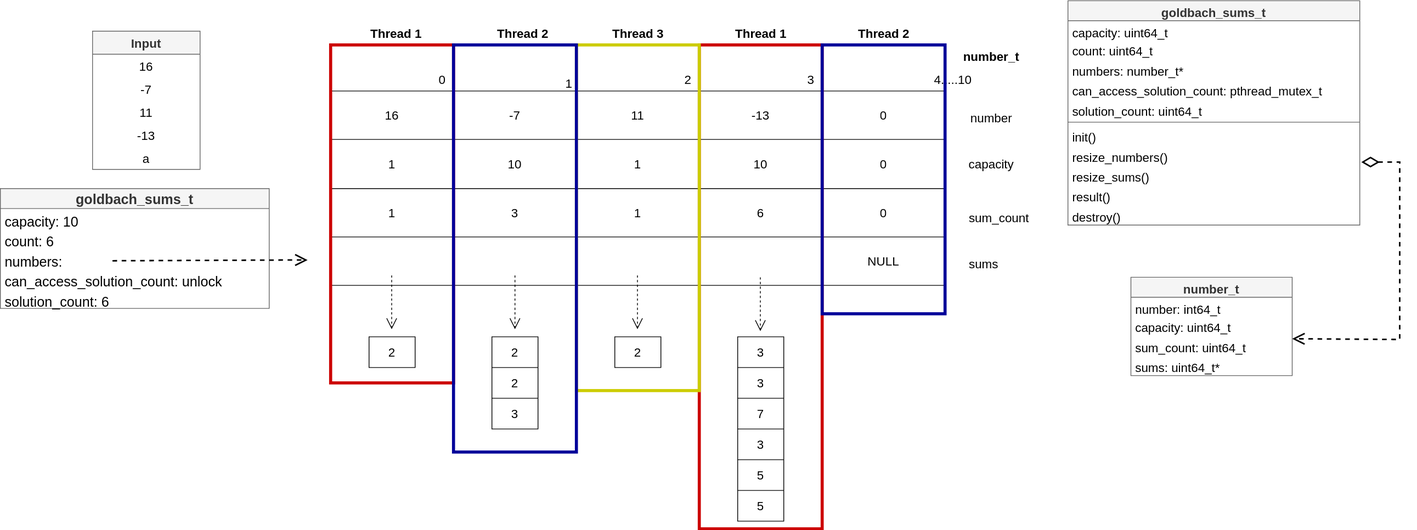
daperez03/CI-0117-Parallel-Workshops keeps this draw.io diagram as homeworks/goldbach_optimization/design/SVG/EstructuraDeDatos.drawio.svg. Above is the earlier version. Source tidied: cells renumbered, new cells last; positions are measured from the earlier drawing's top-left corner, leaving out a move shared by most shapes.
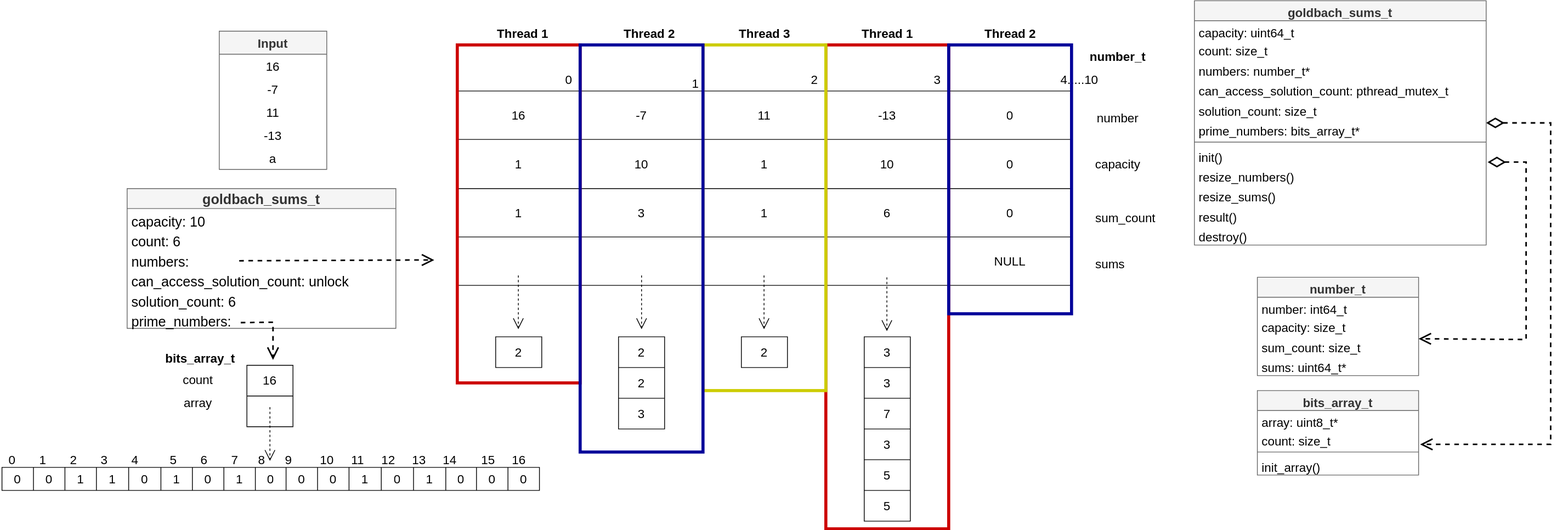
The same diagram one commit later.

Commit message:
Adaptacion del diagrama a modificaciones de la optimizacion

Diff of the diagram source:
```diff
@@ -100,4 +100,13 @@
     </mxCell>
+    <mxCell id="108" style="edgeStyle=orthogonalEdgeStyle;rounded=0;jettySize=auto;html=1;dashed=1;strokeWidth=2;endArrow=open;endFill=0;exitX=1;exitY=0.192;exitDx=0;exitDy=0;exitPerimeter=0;startArrow=diamondThin;startFill=0;endSize=12;startSize=18;" parent="1" edge="1" source="109">
+      <mxGeometry relative="1" as="geometry">
+        <mxPoint x="1684" y="578" as="targetPoint" />
+        <Array as="points">
+          <mxPoint x="1854" y="160" />
+          <mxPoint x="1854" y="578" />
+        </Array>
+      </mxGeometry>
+    </mxCell>
     <mxCell id="34" value="goldbach_sums_t" style="swimlane;fontStyle=1;align=center;verticalAlign=top;horizontal=1;startSize=26;fontSize=16;fillColor=#f5f5f5;fontColor=#333333;strokeColor=#666666;" parent="1" vertex="1">
-      <mxGeometry x="1390" y="0.5" width="380" height="292" as="geometry" />
+      <mxGeometry x="1390" y="0.5" width="380" height="318" as="geometry" />
     </mxCell>
@@ -106,3 +115,3 @@
     </mxCell>
-    <mxCell id="36" value="count: uint64_t" style="text;strokeColor=none;fillColor=none;align=left;verticalAlign=top;spacingLeft=4;spacingRight=4;overflow=hidden;fontSize=16;" parent="34" vertex="1">
+    <mxCell id="36" value="count: size_t" style="text;strokeColor=none;fillColor=none;align=left;verticalAlign=top;spacingLeft=4;spacingRight=4;overflow=hidden;fontSize=16;" parent="34" vertex="1">
       <mxGeometry y="50" width="380" height="26" as="geometry" />
@@ -115,22 +124,25 @@
     </mxCell>
-    <mxCell id="39" value="solution_count: uint64_t " style="text;strokeColor=none;fillColor=none;align=left;verticalAlign=top;spacingLeft=4;spacingRight=4;overflow=hidden;fontSize=16;fontStyle=0;" parent="34" vertex="1">
+    <mxCell id="39" value="solution_count: size_t " style="text;strokeColor=none;fillColor=none;align=left;verticalAlign=top;spacingLeft=4;spacingRight=4;overflow=hidden;fontSize=16;fontStyle=0;" parent="34" vertex="1">
       <mxGeometry y="128" width="380" height="26" as="geometry" />
     </mxCell>
+    <mxCell id="109" value="prime_numbers: bits_array_t*" style="text;strokeColor=none;fillColor=none;align=left;verticalAlign=top;spacingLeft=4;spacingRight=4;overflow=hidden;points=[[0,0.5],[1,0.5]];portConstraint=eastwest;fontSize=16;fontStyle=0;" parent="34" vertex="1">
+      <mxGeometry y="154" width="380" height="26" as="geometry" />
+    </mxCell>
     <mxCell id="40" style="line;strokeWidth=1;fillColor=none;align=left;verticalAlign=middle;spacingTop=-1;spacingLeft=3;spacingRight=3;labelPosition=right;strokeColor=inherit;fontSize=16;" parent="34" vertex="1">
-      <mxGeometry y="154" width="380" height="8" as="geometry" />
+      <mxGeometry y="180" width="380" height="8" as="geometry" />
     </mxCell>
     <mxCell id="41" value="init()" style="text;strokeColor=none;fillColor=none;align=left;verticalAlign=top;spacingLeft=4;spacingRight=4;overflow=hidden;fontSize=16;" parent="34" vertex="1">
-      <mxGeometry y="162" width="380" height="26" as="geometry" />
+      <mxGeometry y="188" width="380" height="26" as="geometry" />
     </mxCell>
     <mxCell id="42" value="resize_numbers()" style="text;strokeColor=none;fillColor=none;align=left;verticalAlign=top;spacingLeft=4;spacingRight=4;overflow=hidden;fontSize=16;fontColor=#000000;" parent="34" vertex="1">
-      <mxGeometry y="188" width="380" height="26" as="geometry" />
+      <mxGeometry y="214" width="380" height="26" as="geometry" />
     </mxCell>
     <mxCell id="43" value="resize_sums()" style="text;strokeColor=none;fillColor=none;align=left;verticalAlign=top;spacingLeft=4;spacingRight=4;overflow=hidden;fontSize=16;fontColor=#000000;" parent="34" vertex="1">
-      <mxGeometry y="214" width="380" height="26" as="geometry" />
+      <mxGeometry y="240" width="380" height="26" as="geometry" />
     </mxCell>
     <mxCell id="44" value="result()" style="text;strokeColor=none;fillColor=none;align=left;verticalAlign=top;spacingLeft=4;spacingRight=4;overflow=hidden;fontSize=16;" parent="34" vertex="1">
-      <mxGeometry y="240" width="380" height="26" as="geometry" />
+      <mxGeometry y="266" width="380" height="26" as="geometry" />
     </mxCell>
     <mxCell id="45" value="destroy()" style="text;strokeColor=none;fillColor=none;align=left;verticalAlign=top;spacingLeft=4;spacingRight=4;overflow=hidden;fontSize=16;" parent="34" vertex="1">
-      <mxGeometry y="266" width="380" height="26" as="geometry" />
+      <mxGeometry y="292" width="380" height="26" as="geometry" />
     </mxCell>
@@ -218,3 +230,3 @@
     <mxCell id="71" value="goldbach_sums_t" style="swimlane;fontStyle=1;horizontal=1;startSize=26;fillColor=#f5f5f5;fontSize=18;fontColor=#333333;strokeColor=#666666;" parent="1" vertex="1">
-      <mxGeometry y="245" width="350" height="156" as="geometry" />
+      <mxGeometry y="245" width="350" height="182" as="geometry" />
     </mxCell>
@@ -235,2 +247,14 @@
     </mxCell>
+    <mxCell id="110" value="prime_numbers:" style="text;strokeColor=none;fillColor=none;align=left;verticalAlign=top;spacingLeft=4;spacingRight=4;overflow=hidden;fontSize=18;" parent="71" vertex="1">
+      <mxGeometry y="156" width="350" height="26" as="geometry" />
+    </mxCell>
+    <mxCell id="111" style="endArrow=open;endFill=1;endSize=12;html=1;rounded=0;fontSize=16;dashed=1;exitX=0.417;exitY=0.615;exitDx=0;exitDy=0;exitPerimeter=0;strokeWidth=2;" parent="71" edge="1">
+      <mxGeometry relative="1" as="geometry">
+        <mxPoint x="148" y="174.5" as="sourcePoint" />
+        <mxPoint x="190" y="223" as="targetPoint" />
+        <Array as="points">
+          <mxPoint x="190" y="174" />
+        </Array>
+      </mxGeometry>
+    </mxCell>
     <mxCell id="77" style="endArrow=open;endFill=1;endSize=12;html=1;rounded=0;fontSize=16;dashed=1;exitX=0.417;exitY=0.615;exitDx=0;exitDy=0;exitPerimeter=0;strokeWidth=2;" parent="1" edge="1" source="74">
@@ -252,6 +276,6 @@
     </mxCell>
-    <mxCell id="81" value="capacity: uint64_t" style="text;strokeColor=none;fillColor=none;align=left;verticalAlign=top;spacingLeft=4;spacingRight=4;overflow=hidden;fontSize=16;" parent="79" vertex="1">
+    <mxCell id="81" value="capacity: size_t" style="text;strokeColor=none;fillColor=none;align=left;verticalAlign=top;spacingLeft=4;spacingRight=4;overflow=hidden;fontSize=16;" parent="79" vertex="1">
       <mxGeometry y="50" width="210" height="26" as="geometry" />
     </mxCell>
-    <mxCell id="82" value="sum_count: uint64_t" style="text;strokeColor=none;fillColor=none;align=left;verticalAlign=top;spacingLeft=4;spacingRight=4;overflow=hidden;points=[[0,0.5],[1,0.5]];portConstraint=eastwest;fontSize=16;fontStyle=0;" parent="79" vertex="1">
+    <mxCell id="82" value="sum_count: size_t" style="text;strokeColor=none;fillColor=none;align=left;verticalAlign=top;spacingLeft=4;spacingRight=4;overflow=hidden;points=[[0,0.5],[1,0.5]];portConstraint=eastwest;fontSize=16;fontStyle=0;" parent="79" vertex="1">
       <mxGeometry y="76" width="210" height="26" as="geometry" />
@@ -345,2 +369,155 @@
     </mxCell>
+    <mxCell id="112" value="bits_array_t" style="swimlane;fontStyle=1;align=center;verticalAlign=top;horizontal=1;startSize=26;fontSize=16;fillColor=#f5f5f5;fontColor=#333333;strokeColor=#666666;" parent="1" vertex="1">
+      <mxGeometry x="1472" y="508" width="210" height="110" as="geometry" />
+    </mxCell>
+    <mxCell id="113" value="array: uint8_t*" style="text;strokeColor=none;fillColor=none;align=left;verticalAlign=top;spacingLeft=4;spacingRight=4;overflow=hidden;fontSize=16;" parent="112" vertex="1">
+      <mxGeometry y="26" width="210" height="24" as="geometry" />
+    </mxCell>
+    <mxCell id="114" value="count: size_t" style="text;strokeColor=none;fillColor=none;align=left;verticalAlign=top;spacingLeft=4;spacingRight=4;overflow=hidden;fontSize=16;" parent="112" vertex="1">
+      <mxGeometry y="50" width="210" height="26" as="geometry" />
+    </mxCell>
+    <mxCell id="115" style="line;strokeWidth=1;fillColor=none;align=left;verticalAlign=middle;spacingTop=-1;spacingLeft=3;spacingRight=3;labelPosition=right;strokeColor=inherit;fontSize=16;" parent="112" vertex="1">
+      <mxGeometry y="76" width="210" height="8" as="geometry" />
+    </mxCell>
+    <mxCell id="116" value="init_array()" style="text;strokeColor=none;fillColor=none;align=left;verticalAlign=top;spacingLeft=4;spacingRight=4;overflow=hidden;fontSize=16;" parent="112" vertex="1">
+      <mxGeometry y="84" width="210" height="26" as="geometry" />
+    </mxCell>
+    <mxCell id="117" style="shape=table;html=1;whiteSpace=wrap;startSize=0;" parent="1" vertex="1">
+      <mxGeometry x="156" y="475" width="60" height="80" as="geometry" />
+    </mxCell>
+    <mxCell id="118" style="shape=tableRow;horizontal=0;startSize=0;swimlaneHead=0;swimlaneBody=0;top=0;left=0;bottom=0;right=0;fillColor=none;" parent="117" vertex="1">
+      <mxGeometry width="60" height="40" as="geometry" />
+    </mxCell>
+    <mxCell id="119" value="&lt;font style=&quot;font-size: 16px;&quot;&gt;16&lt;/font&gt;" style="shape=partialRectangle;html=1;whiteSpace=wrap;fillColor=none;top=0;left=0;bottom=0;right=0;overflow=hidden;" parent="118" vertex="1">
+      <mxGeometry width="60" height="40" as="geometry" />
+    </mxCell>
+    <mxCell id="120" style="shape=tableRow;horizontal=0;startSize=0;swimlaneHead=0;swimlaneBody=0;top=0;left=0;bottom=0;right=0;fillColor=none;" parent="117" vertex="1">
+      <mxGeometry y="40" width="60" height="40" as="geometry" />
+    </mxCell>
+    <mxCell id="121" style="shape=partialRectangle;html=1;whiteSpace=wrap;fillColor=none;top=0;left=0;bottom=0;right=0;overflow=hidden;" parent="120" vertex="1">
+      <mxGeometry width="60" height="40" as="geometry" />
+    </mxCell>
+    <mxCell id="122" value="bits_array_t" style="text;html=1;align=center;verticalAlign=middle;strokeColor=none;fillColor=none;fontSize=16;fontStyle=1;" parent="1" vertex="1">
+      <mxGeometry x="40" y="451" width="110" height="30" as="geometry" />
+    </mxCell>
+    <mxCell id="123" value="count" style="text;html=1;align=center;verticalAlign=middle;strokeColor=none;fillColor=none;fontSize=16;fontStyle=0;" parent="1" vertex="1">
+      <mxGeometry x="62" y="479" width="60" height="30" as="geometry" />
+    </mxCell>
+    <mxCell id="124" value="array" style="text;html=1;align=center;verticalAlign=middle;strokeColor=none;fillColor=none;fontSize=16;fontStyle=0;" parent="1" vertex="1">
+      <mxGeometry x="62" y="509" width="60" height="30" as="geometry" />
+    </mxCell>
+    <mxCell id="125" style="endArrow=open;endFill=1;endSize=12;html=1;rounded=0;fontSize=16;dashed=1;" parent="1" edge="1">
+      <mxGeometry relative="1" as="geometry">
+        <mxPoint x="186" y="529.5" as="sourcePoint" />
+        <mxPoint x="186" y="599.5" as="targetPoint" />
+      </mxGeometry>
+    </mxCell>
+    <mxCell id="126" style="shape=table;html=1;whiteSpace=wrap;startSize=0;fontSize=16;" parent="1" vertex="1">
+      <mxGeometry x="-163" y="608" width="700" height="30" as="geometry" />
+    </mxCell>
+    <mxCell id="127" style="shape=tableRow;horizontal=0;startSize=0;swimlaneHead=0;swimlaneBody=0;top=0;left=0;bottom=0;right=0;fillColor=none;" parent="126" vertex="1">
+      <mxGeometry width="700" height="30" as="geometry" />
+    </mxCell>
+    <mxCell id="128" value="0" style="shape=partialRectangle;html=1;whiteSpace=wrap;fillColor=none;top=0;left=0;bottom=0;right=0;overflow=hidden;fontSize=16;" parent="127" vertex="1">
+      <mxGeometry width="41" height="30" as="geometry" />
+    </mxCell>
+    <mxCell id="129" value="0" style="shape=partialRectangle;html=1;whiteSpace=wrap;fillColor=none;top=0;left=0;bottom=0;right=0;overflow=hidden;fontSize=16;" parent="127" vertex="1">
+      <mxGeometry x="41" width="41" height="30" as="geometry" />
+    </mxCell>
+    <mxCell id="130" value="1" style="shape=partialRectangle;html=1;whiteSpace=wrap;fillColor=none;top=0;left=0;bottom=0;right=0;overflow=hidden;fontSize=16;" parent="127" vertex="1">
+      <mxGeometry x="82" width="41" height="30" as="geometry" />
+    </mxCell>
+    <mxCell id="131" value="1" style="shape=partialRectangle;html=1;whiteSpace=wrap;fillColor=none;top=0;left=0;bottom=0;right=0;overflow=hidden;fontSize=16;" parent="127" vertex="1">
+      <mxGeometry x="123" width="42" height="30" as="geometry" />
+    </mxCell>
+    <mxCell id="132" value="0" style="shape=partialRectangle;html=1;whiteSpace=wrap;fillColor=none;top=0;left=0;bottom=0;right=0;overflow=hidden;fontSize=16;" parent="127" vertex="1">
+      <mxGeometry x="165" width="42" height="30" as="geometry" />
+    </mxCell>
+    <mxCell id="133" value="1" style="shape=partialRectangle;html=1;whiteSpace=wrap;fillColor=none;top=0;left=0;bottom=0;right=0;overflow=hidden;fontSize=16;" parent="127" vertex="1">
+      <mxGeometry x="207" width="41" height="30" as="geometry" />
+    </mxCell>
+    <mxCell id="134" value="0" style="shape=partialRectangle;html=1;whiteSpace=wrap;fillColor=none;top=0;left=0;bottom=0;right=0;overflow=hidden;fontSize=16;" parent="127" vertex="1">
+      <mxGeometry x="248" width="41" height="30" as="geometry" />
+    </mxCell>
+    <mxCell id="135" value="1" style="shape=partialRectangle;html=1;whiteSpace=wrap;fillColor=none;top=0;left=0;bottom=0;right=0;overflow=hidden;fontSize=16;" parent="127" vertex="1">
+      <mxGeometry x="289" width="41" height="30" as="geometry" />
+    </mxCell>
+    <mxCell id="136" value="0" style="shape=partialRectangle;html=1;whiteSpace=wrap;fillColor=none;top=0;left=0;bottom=0;right=0;overflow=hidden;fontSize=16;" parent="127" vertex="1">
+      <mxGeometry x="330" width="40" height="30" as="geometry" />
+    </mxCell>
+    <mxCell id="137" value="0" style="shape=partialRectangle;html=1;whiteSpace=wrap;fillColor=none;top=0;left=0;bottom=0;right=0;overflow=hidden;fontSize=16;" parent="127" vertex="1">
+      <mxGeometry x="370" width="41" height="30" as="geometry" />
+    </mxCell>
+    <mxCell id="138" value="0" style="shape=partialRectangle;html=1;whiteSpace=wrap;fillColor=none;top=0;left=0;bottom=0;right=0;overflow=hidden;fontSize=16;" parent="127" vertex="1">
+      <mxGeometry x="411" width="41" height="30" as="geometry" />
+    </mxCell>
+    <mxCell id="139" value="1" style="shape=partialRectangle;html=1;whiteSpace=wrap;fillColor=none;top=0;left=0;bottom=0;right=0;overflow=hidden;fontSize=16;" parent="127" vertex="1">
+      <mxGeometry x="452" width="42" height="30" as="geometry" />
+    </mxCell>
+    <mxCell id="140" value="0" style="shape=partialRectangle;html=1;whiteSpace=wrap;fillColor=none;top=0;left=0;bottom=0;right=0;overflow=hidden;fontSize=16;" parent="127" vertex="1">
+      <mxGeometry x="494" width="42" height="30" as="geometry" />
+    </mxCell>
+    <mxCell id="141" value="1" style="shape=partialRectangle;html=1;whiteSpace=wrap;fillColor=none;top=0;left=0;bottom=0;right=0;overflow=hidden;fontSize=16;" parent="127" vertex="1">
+      <mxGeometry x="536" width="42" height="30" as="geometry" />
+    </mxCell>
+    <mxCell id="142" value="0" style="shape=partialRectangle;html=1;whiteSpace=wrap;fillColor=none;top=0;left=0;bottom=0;right=0;overflow=hidden;fontSize=16;" parent="127" vertex="1">
+      <mxGeometry x="578" width="40" height="30" as="geometry" />
+    </mxCell>
+    <mxCell id="143" value="0" style="shape=partialRectangle;html=1;whiteSpace=wrap;fillColor=none;top=0;left=0;bottom=0;right=0;overflow=hidden;fontSize=16;" parent="127" vertex="1">
+      <mxGeometry x="618" width="41" height="30" as="geometry" />
+    </mxCell>
+    <mxCell id="144" value="0" style="shape=partialRectangle;html=1;whiteSpace=wrap;fillColor=none;top=0;left=0;bottom=0;right=0;overflow=hidden;fontSize=16;" parent="127" vertex="1">
+      <mxGeometry x="659" width="41" height="30" as="geometry" />
+    </mxCell>
+    <mxCell id="145" value="0" style="text;html=1;align=center;verticalAlign=middle;strokeColor=none;fillColor=none;fontSize=16;" parent="1" vertex="1">
+      <mxGeometry x="-165" y="583" width="30" height="30" as="geometry" />
+    </mxCell>
+    <mxCell id="146" value="1" style="text;html=1;align=center;verticalAlign=middle;strokeColor=none;fillColor=none;fontSize=16;" parent="1" vertex="1">
+      <mxGeometry x="-125" y="583" width="30" height="30" as="geometry" />
+    </mxCell>
+    <mxCell id="147" value="2" style="text;html=1;align=center;verticalAlign=middle;strokeColor=none;fillColor=none;fontSize=16;" parent="1" vertex="1">
+      <mxGeometry x="-85" y="583" width="30" height="30" as="geometry" />
+    </mxCell>
+    <mxCell id="148" value="3" style="text;html=1;align=center;verticalAlign=middle;strokeColor=none;fillColor=none;fontSize=16;" parent="1" vertex="1">
+      <mxGeometry x="-45" y="583" width="30" height="30" as="geometry" />
+    </mxCell>
+    <mxCell id="149" value="4" style="text;html=1;align=center;verticalAlign=middle;strokeColor=none;fillColor=none;fontSize=16;" parent="1" vertex="1">
+      <mxGeometry x="-5" y="583" width="30" height="30" as="geometry" />
+    </mxCell>
+    <mxCell id="150" value="5" style="text;html=1;align=center;verticalAlign=middle;strokeColor=none;fillColor=none;fontSize=16;" parent="1" vertex="1">
+      <mxGeometry x="45" y="583" width="30" height="30" as="geometry" />
+    </mxCell>
+    <mxCell id="151" value="6" style="text;html=1;align=center;verticalAlign=middle;strokeColor=none;fillColor=none;fontSize=16;" parent="1" vertex="1">
+      <mxGeometry x="85" y="583" width="30" height="30" as="geometry" />
+    </mxCell>
+    <mxCell id="152" value="7" style="text;html=1;align=center;verticalAlign=middle;strokeColor=none;fillColor=none;fontSize=16;" parent="1" vertex="1">
+      <mxGeometry x="125" y="583" width="30" height="30" as="geometry" />
+    </mxCell>
+    <mxCell id="153" value="8" style="text;html=1;align=center;verticalAlign=middle;strokeColor=none;fillColor=none;fontSize=16;" parent="1" vertex="1">
+      <mxGeometry x="160" y="583" width="30" height="30" as="geometry" />
+    </mxCell>
+    <mxCell id="154" value="9" style="text;html=1;align=center;verticalAlign=middle;strokeColor=none;fillColor=none;fontSize=16;" parent="1" vertex="1">
+      <mxGeometry x="195" y="583" width="30" height="30" as="geometry" />
+    </mxCell>
+    <mxCell id="155" value="10" style="text;html=1;align=center;verticalAlign=middle;strokeColor=none;fillColor=none;fontSize=16;" parent="1" vertex="1">
+      <mxGeometry x="240" y="583" width="40" height="30" as="geometry" />
+    </mxCell>
+    <mxCell id="156" value="11" style="text;html=1;align=center;verticalAlign=middle;strokeColor=none;fillColor=none;fontSize=16;" parent="1" vertex="1">
+      <mxGeometry x="280" y="583" width="40" height="30" as="geometry" />
+    </mxCell>
+    <mxCell id="157" value="12" style="text;html=1;align=center;verticalAlign=middle;strokeColor=none;fillColor=none;fontSize=16;" parent="1" vertex="1">
+      <mxGeometry x="320" y="583" width="40" height="30" as="geometry" />
+    </mxCell>
+    <mxCell id="158" value="13" style="text;html=1;align=center;verticalAlign=middle;strokeColor=none;fillColor=none;fontSize=16;" parent="1" vertex="1">
+      <mxGeometry x="360" y="583" width="40" height="30" as="geometry" />
+    </mxCell>
+    <mxCell id="159" value="14" style="text;html=1;align=center;verticalAlign=middle;strokeColor=none;fillColor=none;fontSize=16;" parent="1" vertex="1">
+      <mxGeometry x="400" y="583" width="40" height="30" as="geometry" />
+    </mxCell>
+    <mxCell id="160" value="15" style="text;html=1;align=center;verticalAlign=middle;strokeColor=none;fillColor=none;fontSize=16;" parent="1" vertex="1">
+      <mxGeometry x="450" y="583" width="40" height="30" as="geometry" />
+    </mxCell>
+    <mxCell id="161" value="16" style="text;html=1;align=center;verticalAlign=middle;strokeColor=none;fillColor=none;fontSize=16;" parent="1" vertex="1">
+      <mxGeometry x="490" y="583" width="40" height="30" as="geometry" />
+    </mxCell>
   </root>
```
